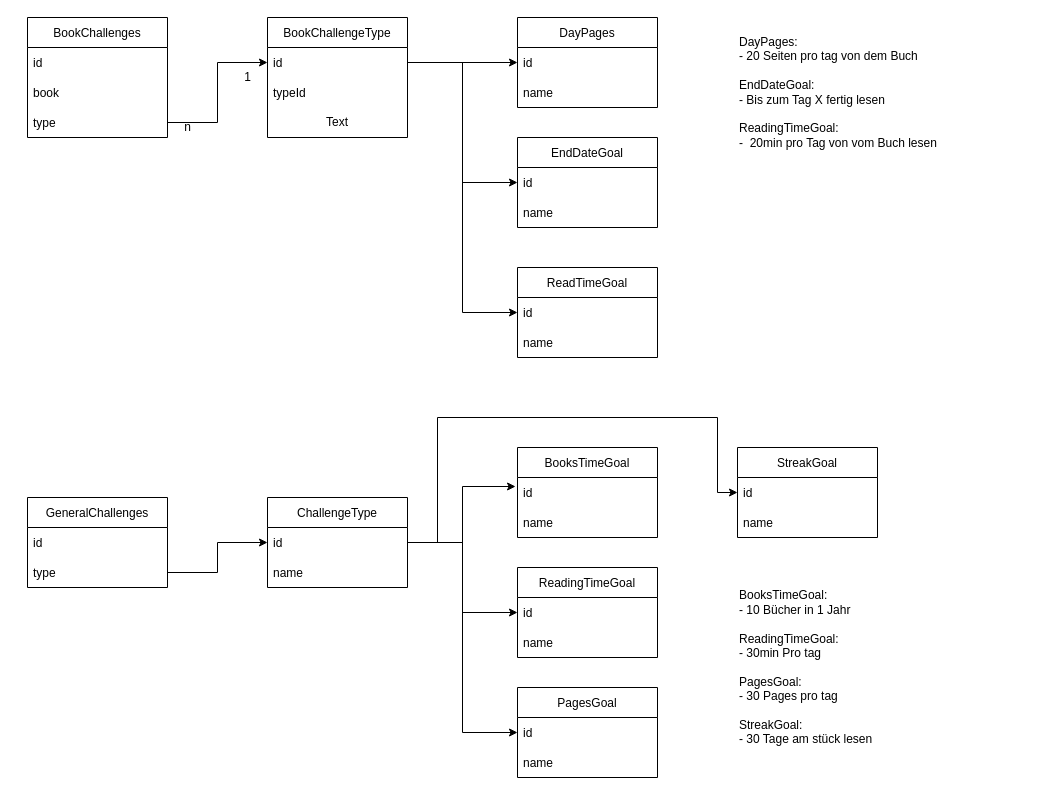
The draw.io diagram Documentaion/ChallengesOverview2.drawio in Biblogy/App, before the edit. Source tidied: cells renumbered, new cells numbered last; positions are measured from the earlier drawing's top-left corner, leaving out a move shared by most shapes. Both pictures are drawn from the tidied source at 100%, with x=0, y=0 at pixel (27, 17).
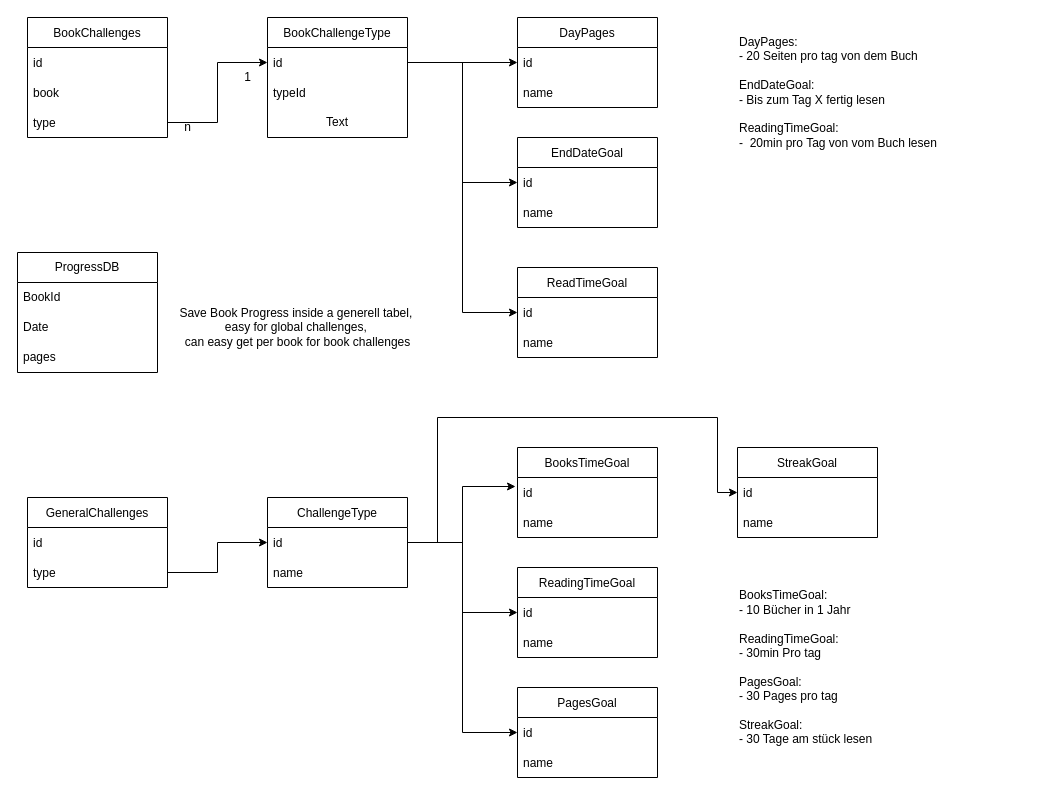
The same diagram, later.

The edit, as a diff of the source:
```diff
@@
+    <mxCell id="50" value="Save Book Progress inside a generell tabel,&amp;nbsp;&lt;br&gt;easy for global challenges,&amp;nbsp;&lt;br&gt;can easy get per book for book challenges" style="text;html=1;align=center;verticalAlign=middle;strokeColor=none;fillColor=none;" parent="1" vertex="1">
+      <mxGeometry x="140" y="280" width="260" height="60" as="geometry" />
+    </mxCell>
+    <mxCell id="51" value="ProgressDB" style="swimlane;fontStyle=0;horizontal=1;startSize=30;whiteSpace=wrap;html=1;" parent="1" vertex="1">
+      <mxGeometry x="-10" y="235" width="140" height="120" as="geometry" />
+    </mxCell>
+    <mxCell id="52" value="BookId" style="text;strokeColor=none;fillColor=none;align=left;verticalAlign=middle;spacingLeft=4;spacingRight=4;overflow=hidden;whiteSpace=wrap;html=1;" parent="51" vertex="1">
+      <mxGeometry y="30" width="140" height="30" as="geometry" />
+    </mxCell>
+    <mxCell id="53" value="Date" style="text;strokeColor=none;fillColor=none;align=left;verticalAlign=middle;spacingLeft=4;spacingRight=4;overflow=hidden;whiteSpace=wrap;html=1;" parent="51" vertex="1">
+      <mxGeometry y="60" width="140" height="30" as="geometry" />
+    </mxCell>
+    <mxCell id="54" value="pages" style="text;strokeColor=none;fillColor=none;align=left;verticalAlign=middle;spacingLeft=4;spacingRight=4;overflow=hidden;whiteSpace=wrap;html=1;" parent="51" vertex="1">
+      <mxGeometry y="90" width="140" height="30" as="geometry" />
+    </mxCell>
```
